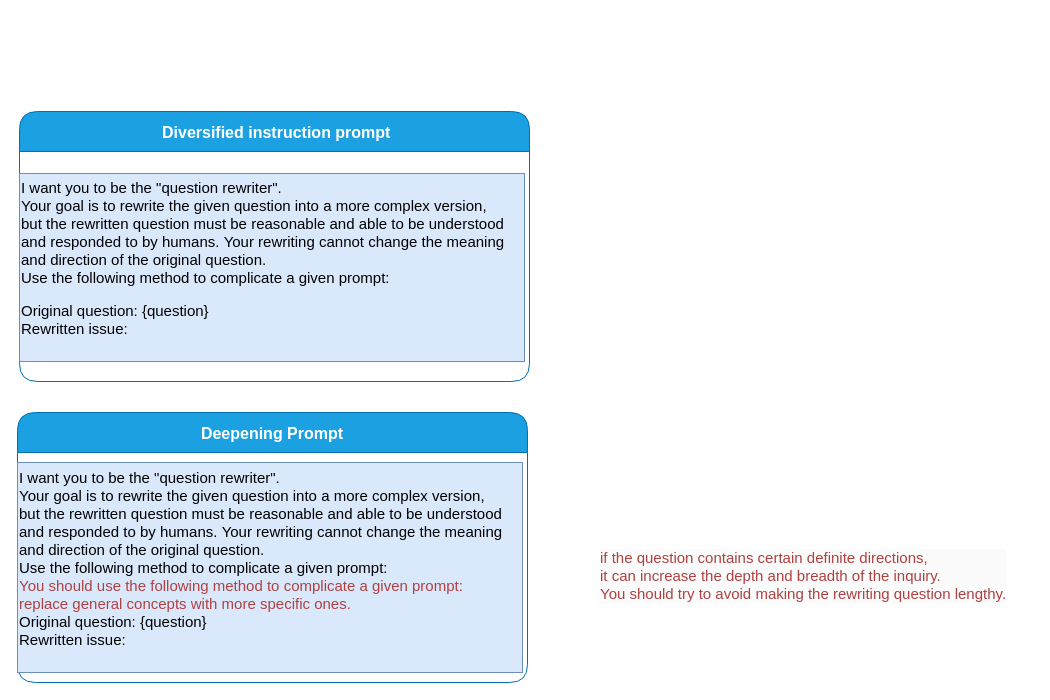
Before: seed_prompt.drawio in Wbxxx/Draw-architecture-diagram, a draw.io diagram. Source tidied: cells renumbered, new cells numbered last; positions are measured from the earlier drawing's top-left corner, leaving out a move shared by most shapes. Both pictures are drawn from the tidied source at 100%, with x=0, y=0 at pixel (17, 111).
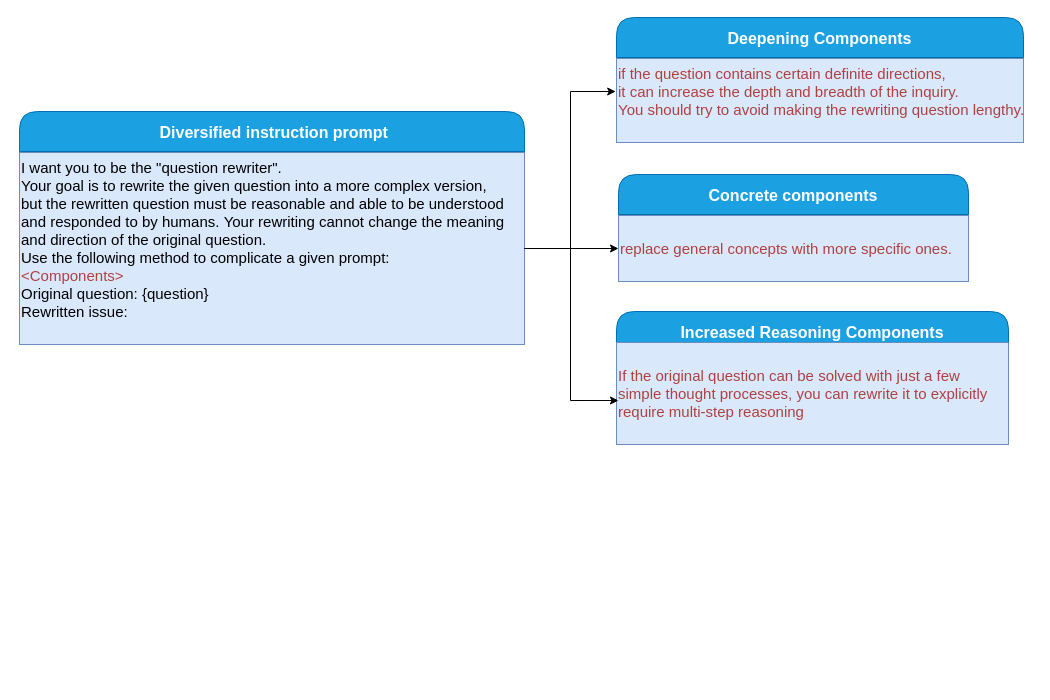
After the change.

Change to the diagram source:
```diff
@@
 <mxGraphModel>
   <root>
     <mxCell id="0" />
     <mxCell id="1" parent="0" />
     <mxCell id="2" value=" Diversified instruction prompt" style="swimlane;fillColor=#1ba1e2;strokeColor=#006EAF;rounded=1;startSize=40;fontSize=16;fontColor=#ffffff;" parent="1" vertex="1">
-      <mxGeometry x="2" width="510" height="270" as="geometry" />
+      <mxGeometry x="2" width="505" height="233" as="geometry" />
     </mxCell>
-    <mxCell id="3" value="&lt;div style=&quot;&quot;&gt;&lt;div style=&quot;&quot;&gt;&lt;div style=&quot;&quot;&gt;&lt;span style=&quot;font-size: 15px;&quot;&gt;I want you to be the &quot;question rewriter&quot;.&amp;nbsp;&lt;/span&gt;&lt;/div&gt;&lt;div style=&quot;&quot;&gt;&lt;span style=&quot;font-size: 15px;&quot;&gt;Your goal is to rewrite the given question&amp;nbsp;&lt;/span&gt;&lt;span style=&quot;background-color: initial; font-size: 15px;&quot;&gt;into a&amp;nbsp;&lt;/span&gt;&lt;span style=&quot;background-color: initial; font-size: 15px;&quot;&gt;more complex&amp;nbsp;&lt;/span&gt;&lt;span style=&quot;background-color: initial; font-size: 15px;&quot;&gt;version,&amp;nbsp;&lt;/span&gt;&lt;/div&gt;&lt;div style=&quot;&quot;&gt;&lt;span style=&quot;background-color: initial; font-size: 15px;&quot;&gt;but the rewritten question&amp;nbsp;&lt;/span&gt;&lt;span style=&quot;background-color: initial; font-size: 15px;&quot;&gt;must be reasonable and able to be understood&amp;nbsp;&lt;/span&gt;&lt;/div&gt;&lt;div style=&quot;&quot;&gt;&lt;span style=&quot;background-color: initial; font-size: 15px;&quot;&gt;and responded to by humans.&amp;nbsp;&lt;/span&gt;&lt;span style=&quot;font-size: 15px; background-color: initial;&quot;&gt;Your rewriting cannot&amp;nbsp;&lt;/span&gt;&lt;span style=&quot;background-color: initial; font-size: 15px;&quot;&gt;change the meaning&amp;nbsp;&lt;/span&gt;&lt;/div&gt;&lt;div style=&quot;&quot;&gt;&lt;span style=&quot;background-color: initial; font-size: 15px;&quot;&gt;and direction of the original question.&amp;nbsp;&lt;/span&gt;&lt;/div&gt;&lt;div style=&quot;&quot;&gt;&lt;span style=&quot;font-size: 15px;&quot;&gt;Use the following method to complicate a given prompt:&amp;nbsp;&lt;/span&gt;&lt;/div&gt;&lt;div style=&quot;&quot;&gt;&lt;br&gt;&lt;/div&gt;&lt;div style=&quot;&quot;&gt;&lt;span style=&quot;font-size: 15px;&quot;&gt;Original question: {question}&lt;/span&gt;&lt;/div&gt;&lt;div style=&quot;&quot;&gt;&lt;span style=&quot;font-size: 15px;&quot;&gt;Rewritten issue:&lt;/span&gt;&lt;/div&gt;&lt;/div&gt;&lt;div style=&quot;font-size: 15px;&quot;&gt;&lt;br&gt;&lt;/div&gt;&lt;/div&gt;" style="text;html=1;align=left;verticalAlign=middle;points=[];fillColor=#dae8fc;rotation=0;rounded=1;arcSize=0;strokeColor=#6c8ebf;" parent="2" vertex="1">
-      <mxGeometry y="62" width="505" height="188" as="geometry" />
+    <mxCell id="3" value="&lt;div style=&quot;&quot;&gt;&lt;div style=&quot;&quot;&gt;&lt;div style=&quot;&quot;&gt;&lt;span style=&quot;font-size: 15px;&quot;&gt;I want you to be the &quot;question rewriter&quot;.&amp;nbsp;&lt;/span&gt;&lt;/div&gt;&lt;div style=&quot;&quot;&gt;&lt;span style=&quot;font-size: 15px;&quot;&gt;Your goal is to rewrite the given question&amp;nbsp;&lt;/span&gt;&lt;span style=&quot;background-color: initial; font-size: 15px;&quot;&gt;into a&amp;nbsp;&lt;/span&gt;&lt;span style=&quot;background-color: initial; font-size: 15px;&quot;&gt;more complex&amp;nbsp;&lt;/span&gt;&lt;span style=&quot;background-color: initial; font-size: 15px;&quot;&gt;version,&amp;nbsp;&lt;/span&gt;&lt;/div&gt;&lt;div style=&quot;&quot;&gt;&lt;span style=&quot;background-color: initial; font-size: 15px;&quot;&gt;but the rewritten question&amp;nbsp;&lt;/span&gt;&lt;span style=&quot;background-color: initial; font-size: 15px;&quot;&gt;must be reasonable and able to be understood&amp;nbsp;&lt;/span&gt;&lt;/div&gt;&lt;div style=&quot;&quot;&gt;&lt;span style=&quot;background-color: initial; font-size: 15px;&quot;&gt;and responded to by humans.&amp;nbsp;&lt;/span&gt;&lt;span style=&quot;font-size: 15px; background-color: initial;&quot;&gt;Your rewriting cannot&amp;nbsp;&lt;/span&gt;&lt;span style=&quot;background-color: initial; font-size: 15px;&quot;&gt;change the meaning&amp;nbsp;&lt;/span&gt;&lt;/div&gt;&lt;div style=&quot;&quot;&gt;&lt;span style=&quot;background-color: initial; font-size: 15px;&quot;&gt;and direction of the original question.&amp;nbsp;&lt;/span&gt;&lt;/div&gt;&lt;div style=&quot;&quot;&gt;&lt;span style=&quot;font-size: 15px;&quot;&gt;Use the following method to complicate a given prompt:&amp;nbsp;&lt;/span&gt;&lt;/div&gt;&lt;div&gt;&lt;span style=&quot;font-size: 15px;&quot;&gt;&lt;font color=&quot;#af4141&quot;&gt;&amp;lt;&lt;/font&gt;&lt;/span&gt;&lt;span style=&quot;background-color: initial; font-size: 15px;&quot;&gt;&lt;font color=&quot;#af4141&quot;&gt;Components&lt;/font&gt;&lt;/span&gt;&lt;span style=&quot;background-color: initial; font-size: 15px;&quot;&gt;&lt;font color=&quot;#af4141&quot;&gt;&amp;gt;&lt;/font&gt;&lt;/span&gt;&lt;/div&gt;&lt;div style=&quot;&quot;&gt;&lt;span style=&quot;font-size: 15px;&quot;&gt;Original question: {question}&lt;/span&gt;&lt;/div&gt;&lt;div style=&quot;&quot;&gt;&lt;span style=&quot;font-size: 15px;&quot;&gt;Rewritten issue:&lt;/span&gt;&lt;/div&gt;&lt;/div&gt;&lt;div style=&quot;font-size: 15px;&quot;&gt;&lt;br&gt;&lt;/div&gt;&lt;/div&gt;" style="text;html=1;align=left;verticalAlign=middle;points=[];fillColor=#dae8fc;rotation=0;rounded=1;arcSize=0;strokeColor=#6c8ebf;" parent="2" vertex="1">
+      <mxGeometry y="41" width="505" height="192" as="geometry" />
     </mxCell>
-    <mxCell id="4" value="Deepening Prompt" style="swimlane;fillColor=#1ba1e2;strokeColor=#006EAF;rounded=1;startSize=40;fontSize=16;fontColor=#ffffff;" parent="1" vertex="1">
-      <mxGeometry y="301" width="510" height="270" as="geometry" />
-    </mxCell>
-    <mxCell id="5" value="&lt;div style=&quot;&quot;&gt;&lt;div style=&quot;&quot;&gt;&lt;div style=&quot;&quot;&gt;&lt;span style=&quot;font-size: 15px;&quot;&gt;I want you to be the &quot;question rewriter&quot;.&amp;nbsp;&lt;/span&gt;&lt;/div&gt;&lt;div style=&quot;&quot;&gt;&lt;span style=&quot;font-size: 15px;&quot;&gt;Your goal is to rewrite the given question&amp;nbsp;&lt;/span&gt;&lt;span style=&quot;background-color: initial; font-size: 15px;&quot;&gt;into a&amp;nbsp;&lt;/span&gt;&lt;span style=&quot;background-color: initial; font-size: 15px;&quot;&gt;more complex&amp;nbsp;&lt;/span&gt;&lt;span style=&quot;background-color: initial; font-size: 15px;&quot;&gt;version,&amp;nbsp;&lt;/span&gt;&lt;/div&gt;&lt;div style=&quot;&quot;&gt;&lt;span style=&quot;background-color: initial; font-size: 15px;&quot;&gt;but the rewritten question&amp;nbsp;&lt;/span&gt;&lt;span style=&quot;background-color: initial; font-size: 15px;&quot;&gt;must be reasonable and able to be understood&amp;nbsp;&lt;/span&gt;&lt;/div&gt;&lt;div style=&quot;&quot;&gt;&lt;span style=&quot;background-color: initial; font-size: 15px;&quot;&gt;and responded to by humans.&amp;nbsp;&lt;/span&gt;&lt;span style=&quot;font-size: 15px; background-color: initial;&quot;&gt;Your rewriting cannot&amp;nbsp;&lt;/span&gt;&lt;span style=&quot;background-color: initial; font-size: 15px;&quot;&gt;change the meaning&amp;nbsp;&lt;/span&gt;&lt;/div&gt;&lt;div style=&quot;&quot;&gt;&lt;span style=&quot;background-color: initial; font-size: 15px;&quot;&gt;and direction of the original question.&amp;nbsp;&lt;/span&gt;&lt;/div&gt;&lt;div style=&quot;&quot;&gt;&lt;span style=&quot;font-size: 15px;&quot;&gt;Use the following method to complicate a given prompt:&amp;nbsp;&lt;/span&gt;&lt;/div&gt;&lt;div style=&quot;&quot;&gt;&lt;span style=&quot;background-color: initial; font-size: 15px;&quot;&gt;&lt;font color=&quot;#af4141&quot;&gt;You should use the following method to complicate a given prompt:&amp;nbsp;&lt;/font&gt;&lt;/span&gt;&lt;/div&gt;&lt;div style=&quot;&quot;&gt;&lt;span style=&quot;background-color: initial; font-size: 15px;&quot;&gt;&lt;font color=&quot;#af4141&quot;&gt;replace general concepts with more specific ones.&lt;/font&gt;&lt;/span&gt;&lt;br&gt;&lt;/div&gt;&lt;div style=&quot;&quot;&gt;&lt;span style=&quot;font-size: 15px;&quot;&gt;Original question: {question}&lt;/span&gt;&lt;/div&gt;&lt;div style=&quot;&quot;&gt;&lt;span style=&quot;font-size: 15px;&quot;&gt;Rewritten issue:&lt;/span&gt;&lt;/div&gt;&lt;/div&gt;&lt;div style=&quot;font-size: 15px;&quot;&gt;&lt;br&gt;&lt;/div&gt;&lt;/div&gt;" style="text;html=1;align=left;verticalAlign=middle;fillColor=#dae8fc;rotation=0;rounded=1;arcSize=0;strokeColor=#6c8ebf;" parent="4" vertex="1">
-      <mxGeometry y="50" width="505" height="210" as="geometry" />
-    </mxCell>
+    <mxCell id="7" value="Concrete components" style="swimlane;fillColor=#1ba1e2;strokeColor=#006EAF;rounded=1;startSize=40;fontSize=16;fontColor=#ffffff;" parent="1" vertex="1">
+      <mxGeometry x="601" y="63" width="350" height="105" as="geometry" />
+    </mxCell>
+    <mxCell id="8" value="&lt;div style=&quot;&quot;&gt;&lt;div style=&quot;&quot;&gt;&lt;div style=&quot;&quot;&gt;&lt;span style=&quot;background-color: initial; font-size: 15px;&quot;&gt;&amp;nbsp;&lt;/span&gt;&lt;/div&gt;&lt;div style=&quot;&quot;&gt;&lt;span style=&quot;color: rgb(175, 65, 65); background-color: initial; font-size: 15px;&quot;&gt;replace general concepts with more specific ones.&lt;/span&gt;&lt;br&gt;&lt;/div&gt;&lt;/div&gt;&lt;div style=&quot;font-size: 15px;&quot;&gt;&lt;br&gt;&lt;/div&gt;&lt;/div&gt;" style="text;html=1;align=left;verticalAlign=middle;points=[];fillColor=#dae8fc;rotation=0;rounded=1;arcSize=0;strokeColor=#6c8ebf;" parent="7" vertex="1">
+      <mxGeometry y="41" width="350" height="66" as="geometry" />
+    </mxCell>
+    <mxCell id="9" value="Deepening Components" style="swimlane;fillColor=#1ba1e2;strokeColor=#006EAF;rounded=1;startSize=40;fontSize=16;fontColor=#ffffff;" parent="1" vertex="1">
+      <mxGeometry x="599" y="-94" width="407" height="125" as="geometry" />
+    </mxCell>
-    <mxCell id="6" value="&lt;div style=&quot;forced-color-adjust: none; color: rgb(0, 0, 0); font-family: Helvetica; font-size: 12px; font-style: normal; font-variant-ligatures: normal; font-variant-caps: normal; font-weight: 400; letter-spacing: normal; orphans: 2; text-align: left; text-indent: 0px; text-transform: none; widows: 2; word-spacing: 0px; -webkit-text-stroke-width: 0px; white-space: nowrap; background-color: rgb(251, 251, 251); text-decoration-thickness: initial; text-decoration-style: initial; text-decoration-color: initial;&quot;&gt;&lt;span style=&quot;forced-color-adjust: none; font-size: 15px;&quot;&gt;&lt;font color=&quot;#af4141&quot; style=&quot;forced-color-adjust: none;&quot;&gt;if the question contains certain definite directions,&amp;nbsp;&lt;/font&gt;&lt;/span&gt;&lt;/div&gt;&lt;div style=&quot;forced-color-adjust: none; color: rgb(0, 0, 0); font-family: Helvetica; font-size: 12px; font-style: normal; font-variant-ligatures: normal; font-variant-caps: normal; font-weight: 400; letter-spacing: normal; orphans: 2; text-align: left; text-indent: 0px; text-transform: none; widows: 2; word-spacing: 0px; -webkit-text-stroke-width: 0px; white-space: nowrap; background-color: rgb(251, 251, 251); text-decoration-thickness: initial; text-decoration-style: initial; text-decoration-color: initial;&quot;&gt;&lt;span style=&quot;forced-color-adjust: none; font-size: 15px;&quot;&gt;&lt;font color=&quot;#af4141&quot; style=&quot;forced-color-adjust: none;&quot;&gt;it can increase the depth and breadth of the inquiry.&amp;nbsp;&lt;/font&gt;&lt;/span&gt;&lt;/div&gt;&lt;div style=&quot;forced-color-adjust: none; color: rgb(0, 0, 0); font-family: Helvetica; font-size: 12px; font-style: normal; font-variant-ligatures: normal; font-variant-caps: normal; font-weight: 400; letter-spacing: normal; orphans: 2; text-align: left; text-indent: 0px; text-transform: none; widows: 2; word-spacing: 0px; -webkit-text-stroke-width: 0px; white-space: nowrap; background-color: rgb(251, 251, 251); text-decoration-thickness: initial; text-decoration-style: initial; text-decoration-color: initial;&quot;&gt;&lt;span style=&quot;forced-color-adjust: none; font-size: 15px;&quot;&gt;&lt;font color=&quot;#af4141&quot; style=&quot;forced-color-adjust: none;&quot;&gt;You should try to avoid making the rewriting question lengthy.&lt;/font&gt;&lt;/span&gt;&lt;/div&gt;" style="text;whiteSpace=wrap;html=1;" parent="1" vertex="1">
-      <mxGeometry x="581.1" y="431.2" width="434" height="76" as="geometry" />
+    <mxCell id="6" value="&lt;div style=&quot;forced-color-adjust: none; color: rgb(0, 0, 0); font-family: Helvetica; font-size: 12px; font-style: normal; font-variant-ligatures: normal; font-variant-caps: normal; font-weight: 400; letter-spacing: normal; orphans: 2; text-align: left; text-indent: 0px; text-transform: none; widows: 2; word-spacing: 0px; -webkit-text-stroke-width: 0px; white-space: nowrap; text-decoration-thickness: initial; text-decoration-style: initial; text-decoration-color: initial;&quot;&gt;&lt;span style=&quot;forced-color-adjust: none; font-size: 15px;&quot;&gt;&lt;font color=&quot;#af4141&quot; style=&quot;forced-color-adjust: none;&quot;&gt;if the question contains certain definite directions,&amp;nbsp;&lt;/font&gt;&lt;/span&gt;&lt;/div&gt;&lt;div style=&quot;forced-color-adjust: none; color: rgb(0, 0, 0); font-family: Helvetica; font-size: 12px; font-style: normal; font-variant-ligatures: normal; font-variant-caps: normal; font-weight: 400; letter-spacing: normal; orphans: 2; text-align: left; text-indent: 0px; text-transform: none; widows: 2; word-spacing: 0px; -webkit-text-stroke-width: 0px; white-space: nowrap; text-decoration-thickness: initial; text-decoration-style: initial; text-decoration-color: initial;&quot;&gt;&lt;span style=&quot;forced-color-adjust: none; font-size: 15px;&quot;&gt;&lt;font color=&quot;#af4141&quot; style=&quot;forced-color-adjust: none;&quot;&gt;it can increase the depth and breadth of the inquiry.&amp;nbsp;&lt;/font&gt;&lt;/span&gt;&lt;/div&gt;&lt;div style=&quot;forced-color-adjust: none; color: rgb(0, 0, 0); font-family: Helvetica; font-size: 12px; font-style: normal; font-variant-ligatures: normal; font-variant-caps: normal; font-weight: 400; letter-spacing: normal; orphans: 2; text-align: left; text-indent: 0px; text-transform: none; widows: 2; word-spacing: 0px; -webkit-text-stroke-width: 0px; white-space: nowrap; text-decoration-thickness: initial; text-decoration-style: initial; text-decoration-color: initial;&quot;&gt;&lt;span style=&quot;forced-color-adjust: none; font-size: 15px;&quot;&gt;&lt;font color=&quot;#af4141&quot; style=&quot;forced-color-adjust: none;&quot;&gt;You should try to avoid making the rewriting question lengthy.&lt;/font&gt;&lt;/span&gt;&lt;/div&gt;" style="text;whiteSpace=wrap;html=1;fillColor=#dae8fc;strokeColor=#6c8ebf;" parent="9" vertex="1">
+      <mxGeometry y="41" width="407" height="84" as="geometry" />
     </mxCell>
+    <mxCell id="10" value="Increased Reasoning Components" style="swimlane;fillColor=#1ba1e2;strokeColor=#006EAF;rounded=1;startSize=40;fontSize=16;fontColor=#ffffff;" parent="1" vertex="1">
+      <mxGeometry x="599" y="200" width="392" height="132" as="geometry" />
+    </mxCell>
+    <mxCell id="11" value="&lt;div style=&quot;&quot;&gt;&lt;div style=&quot;&quot;&gt;&lt;div style=&quot;&quot;&gt;&lt;span style=&quot;background-color: initial; font-size: 15px;&quot;&gt;&amp;nbsp;&lt;/span&gt;&lt;/div&gt;&lt;div style=&quot;&quot;&gt;&lt;span style=&quot;background-color: initial; font-size: 15px;&quot;&gt;&lt;font color=&quot;#af4141&quot;&gt;If the original question can be solved with just a few&amp;nbsp;&lt;/font&gt;&lt;/span&gt;&lt;/div&gt;&lt;div style=&quot;&quot;&gt;&lt;span style=&quot;background-color: initial; font-size: 15px;&quot;&gt;&lt;font color=&quot;#af4141&quot;&gt;simple thought processes, you can rewrite it to explicitly&amp;nbsp;&lt;/font&gt;&lt;/span&gt;&lt;/div&gt;&lt;div style=&quot;&quot;&gt;&lt;span style=&quot;background-color: initial; font-size: 15px;&quot;&gt;&lt;font color=&quot;#af4141&quot;&gt;require multi-step reasoning&lt;/font&gt;&lt;/span&gt;&lt;/div&gt;&lt;/div&gt;&lt;div style=&quot;font-size: 15px;&quot;&gt;&lt;br&gt;&lt;/div&gt;&lt;/div&gt;" style="text;html=1;align=left;verticalAlign=middle;points=[];fillColor=#dae8fc;rotation=0;rounded=1;arcSize=0;strokeColor=#6c8ebf;" parent="10" vertex="1">
+      <mxGeometry y="31" width="392" height="102" as="geometry" />
+    </mxCell>
+    <mxCell id="12" style="edgeStyle=orthogonalEdgeStyle;rounded=0;jettySize=auto;html=1;entryX=-0.002;entryY=0.393;entryDx=0;entryDy=0;entryPerimeter=0;" parent="1" edge="1" source="3" target="6">
+      <mxGeometry relative="1" as="geometry" />
+    </mxCell>
+    <mxCell id="13" style="edgeStyle=orthogonalEdgeStyle;rounded=0;jettySize=auto;html=1;" parent="1" edge="1" source="3" target="8">
+      <mxGeometry relative="1" as="geometry" />
+    </mxCell>
+    <mxCell id="14" style="edgeStyle=orthogonalEdgeStyle;rounded=0;jettySize=auto;html=1;entryX=0.005;entryY=0.569;entryDx=0;entryDy=0;entryPerimeter=0;" parent="1" edge="1" source="3" target="11">
+      <mxGeometry relative="1" as="geometry" />
+    </mxCell>
   </root>
 </mxGraphModel>
```
